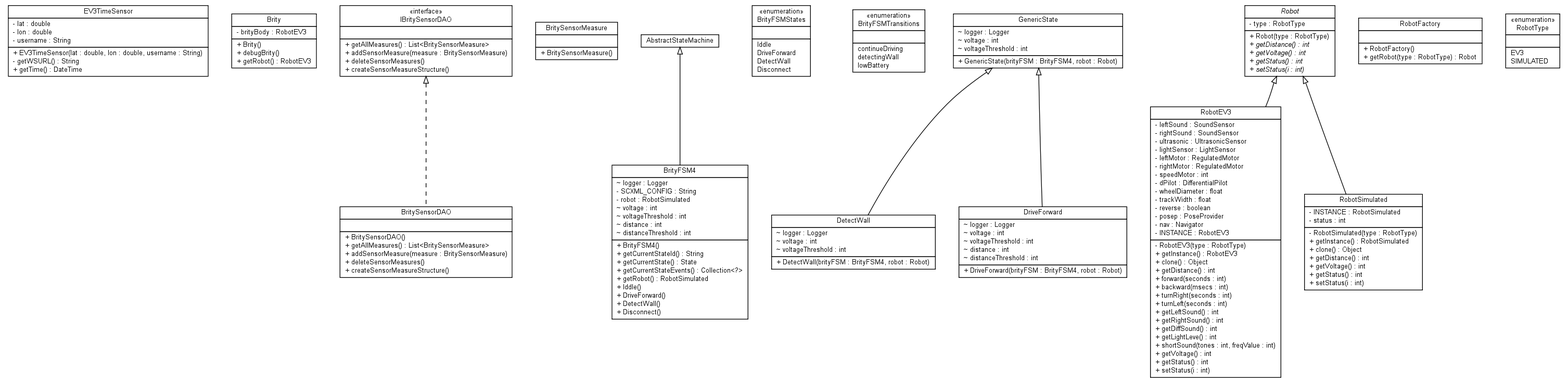
This is docs/uml/graph.png from jabrena/liverobots, a Graphviz export, as it was before one commit. Its source is kept beside it as docs/uml/graph.dot.
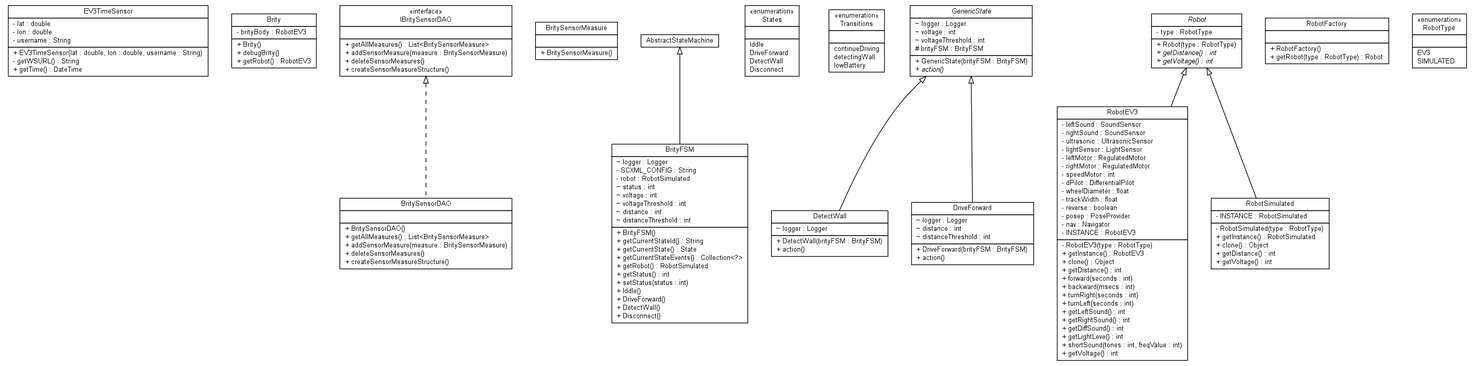
The same diagram one commit later.

What changed in the source:
```diff
@@ -73,35 +73,38 @@
 <tr><td align="left" balign="left"> + createSensorMeasureStructure() </td></tr>
 		</table></td></tr>
 		</table>>, URL="null", fontname="Helvetica", fontcolor="black", fontsize=10.0];
-	c5 [label=<<table title="jab.lejos.liverobots.brity.fsm.BrityFSM4" border="0" cellborder="1" cellspacing="0" cellpadding="2" port="p">
+	c5 [label=<<table title="jab.lejos.liverobots.brity.fsm.BrityFSM" border="0" cellborder="1" cellspacing="0" cellpadding="2" port="p">
 		<tr><td><table border="0" cellspacing="0" cellpadding="1">
-<tr><td align="center" balign="center"> BrityFSM4 </td></tr>
+<tr><td align="center" balign="center"> BrityFSM </td></tr>
 		</table></td></tr>
 		<tr><td><table border="0" cellspacing="0" cellpadding="1">
 <tr><td align="left" balign="left"> ~ logger : Logger </td></tr>
 <tr><td align="left" balign="left"> - SCXML_CONFIG : String </td></tr>
 <tr><td align="left" balign="left"> - robot : RobotSimulated </td></tr>
+<tr><td align="left" balign="left"> ~ status : int </td></tr>
 <tr><td align="left" balign="left"> ~ voltage : int </td></tr>
 <tr><td align="left" balign="left"> ~ voltageThreshold : int </td></tr>
 <tr><td align="left" balign="left"> ~ distance : int </td></tr>
 <tr><td align="left" balign="left"> ~ distanceThreshold : int </td></tr>
 		</table></td></tr>
 		<tr><td><table border="0" cellspacing="0" cellpadding="1">
-<tr><td align="left" balign="left"> + BrityFSM4() </td></tr>
+<tr><td align="left" balign="left"> + BrityFSM() </td></tr>
 <tr><td align="left" balign="left"> + getCurrentStateId() : String </td></tr>
 <tr><td align="left" balign="left"> + getCurrentState() : State </td></tr>
 <tr><td align="left" balign="left"> + getCurrentStateEvents() : Collection&lt;?&gt; </td></tr>
 <tr><td align="left" balign="left"> + getRobot() : RobotSimulated </td></tr>
+<tr><td align="left" balign="left"> + getStatus() : int </td></tr>
+<tr><td align="left" balign="left"> + setStatus(status : int) </td></tr>
 <tr><td align="left" balign="left"> + Iddle() </td></tr>
 <tr><td align="left" balign="left"> + DriveForward() </td></tr>
 <tr><td align="left" balign="left"> + DetectWall() </td></tr>
 <tr><td align="left" balign="left"> + Disconnect() </td></tr>
 		</table></td></tr>
 		</table>>, URL="null", fontname="Helvetica", fontcolor="black", fontsize=10.0];
-	c6 [label=<<table title="jab.lejos.liverobots.brity.fsm.BrityFSMStates" border="0" cellborder="1" cellspacing="0" cellpadding="2" port="p">
+	c6 [label=<<table title="jab.lejos.liverobots.brity.fsm.BrityFSM.States" border="0" cellborder="1" cellspacing="0" cellpadding="2" port="p">
 		<tr><td><table border="0" cellspacing="0" cellpadding="1">
 <tr><td align="center" balign="center"> &#171;enumeration&#187; </td></tr>
-<tr><td align="center" balign="center"> BrityFSMStates </td></tr>
+<tr><td align="center" balign="center"> States </td></tr>
 		</table></td></tr>
 		<tr><td><table border="0" cellspacing="0" cellpadding="1">
 <tr><td align="left" balign="left">  </td></tr>
@@ -113,10 +116,10 @@
 <tr><td align="left" balign="left"> Disconnect </td></tr>
 		</table></td></tr>
 		</table>>, URL="null", fontname="Helvetica", fontcolor="black", fontsize=10.0];
-	c7 [label=<<table title="jab.lejos.liverobots.brity.fsm.BrityFSMTransitions" border="0" cellborder="1" cellspacing="0" cellpadding="2" port="p">
+	c7 [label=<<table title="jab.lejos.liverobots.brity.fsm.BrityFSM.Transitions" border="0" cellborder="1" cellspacing="0" cellpadding="2" port="p">
 		<tr><td><table border="0" cellspacing="0" cellpadding="1">
 <tr><td align="center" balign="center"> &#171;enumeration&#187; </td></tr>
-<tr><td align="center" balign="center"> BrityFSMTransitions </td></tr>
+<tr><td align="center" balign="center"> Transitions </td></tr>
 		</table></td></tr>
 		<tr><td><table border="0" cellspacing="0" cellpadding="1">
 <tr><td align="left" balign="left">  </td></tr>
@@ -133,11 +136,10 @@
 		</table></td></tr>
 		<tr><td><table border="0" cellspacing="0" cellpadding="1">
 <tr><td align="left" balign="left"> ~ logger : Logger </td></tr>
-<tr><td align="left" balign="left"> ~ voltage : int </td></tr>
-<tr><td align="left" balign="left"> ~ voltageThreshold : int </td></tr>
 		</table></td></tr>
 		<tr><td><table border="0" cellspacing="0" cellpadding="1">
-<tr><td align="left" balign="left"> + DetectWall(brityFSM : BrityFSM4, robot : Robot) </td></tr>
+<tr><td align="left" balign="left"> + DetectWall(brityFSM : BrityFSM) </td></tr>
+<tr><td align="left" balign="left"> + action() </td></tr>
 		</table></td></tr>
 		</table>>, URL="null", fontname="Helvetica", fontcolor="black", fontsize=10.0];
 	c9 [label=<<table title="jab.lejos.liverobots.brity.fsm.states.DriveForward" border="0" cellborder="1" cellspacing="0" cellpadding="2" port="p">
@@ -146,26 +148,27 @@
 		</table></td></tr>
 		<tr><td><table border="0" cellspacing="0" cellpadding="1">
 <tr><td align="left" balign="left"> ~ logger : Logger </td></tr>
-<tr><td align="left" balign="left"> ~ voltage : int </td></tr>
-<tr><td align="left" balign="left"> ~ voltageThreshold : int </td></tr>
 <tr><td align="left" balign="left"> ~ distance : int </td></tr>
 <tr><td align="left" balign="left"> ~ distanceThreshold : int </td></tr>
 		</table></td></tr>
 		<tr><td><table border="0" cellspacing="0" cellpadding="1">
-<tr><td align="left" balign="left"> + DriveForward(brityFSM : BrityFSM4, robot : Robot) </td></tr>
+<tr><td align="left" balign="left"> + DriveForward(brityFSM : BrityFSM) </td></tr>
+<tr><td align="left" balign="left"> + action() </td></tr>
 		</table></td></tr>
 		</table>>, URL="null", fontname="Helvetica", fontcolor="black", fontsize=10.0];
 	c10 [label=<<table title="jab.lejos.liverobots.brity.fsm.states.GenericState" border="0" cellborder="1" cellspacing="0" cellpadding="2" port="p">
 		<tr><td><table border="0" cellspacing="0" cellpadding="1">
-<tr><td align="center" balign="center"> GenericState </td></tr>
+<tr><td align="center" balign="center"><font face="Helvetica-Oblique"> GenericState </font></td></tr>
 		</table></td></tr>
 		<tr><td><table border="0" cellspacing="0" cellpadding="1">
 <tr><td align="left" balign="left"> ~ logger : Logger </td></tr>
 <tr><td align="left" balign="left"> ~ voltage : int </td></tr>
 <tr><td align="left" balign="left"> ~ voltageThreshold : int </td></tr>
+<tr><td align="left" balign="left"> # brityFSM : BrityFSM </td></tr>
 		</table></td></tr>
 		<tr><td><table border="0" cellspacing="0" cellpadding="1">
-<tr><td align="left" balign="left"> + GenericState(brityFSM : BrityFSM4, robot : Robot) </td></tr>
+<tr><td align="left" balign="left"> + GenericState(brityFSM : BrityFSM) </td></tr>
+<tr><td align="left" balign="left"><font face="Helvetica-Oblique" point-size="10.0"> + action() </font></td></tr>
 		</table></td></tr>
 		</table>>, URL="null", fontname="Helvetica", fontcolor="black", fontsize=10.0];
 	c11 [label=<<table title="jab.lejos.liverobots.brity.model.Robot" border="0" cellborder="1" cellspacing="0" cellpadding="2" port="p">
@@ -179,8 +182,6 @@
 <tr><td align="left" balign="left"> + Robot(type : RobotType) </td></tr>
 <tr><td align="left" balign="left"><font face="Helvetica-Oblique" point-size="10.0"> + getDistance() : int </font></td></tr>
 <tr><td align="left" balign="left"><font face="Helvetica-Oblique" point-size="10.0"> + getVoltage() : int </font></td></tr>
-<tr><td align="left" balign="left"><font face="Helvetica-Oblique" point-size="10.0"> + getStatus() : int </font></td></tr>
-<tr><td align="left" balign="left"><font face="Helvetica-Oblique" point-size="10.0"> + setStatus(i : int) </font></td></tr>
 		</table></td></tr>
 		</table>>, URL="null", fontname="Helvetica", fontcolor="black", fontsize=10.0];
 	c12 [label=<<table title="jab.lejos.liverobots.brity.model.RobotEV3" border="0" cellborder="1" cellspacing="0" cellpadding="2" port="p">
@@ -218,8 +219,6 @@
 <tr><td align="left" balign="left"> + getLightLeve() : int </td></tr>
 <tr><td align="left" balign="left"> + shortSound(tones : int, freqValue : int) </td></tr>
 <tr><td align="left" balign="left"> + getVoltage() : int </td></tr>
-<tr><td align="left" balign="left"> + getStatus() : int </td></tr>
-<tr><td align="left" balign="left"> + setStatus(i : int) </td></tr>
 		</table></td></tr>
 		</table>>, URL="null", fontname="Helvetica", fontcolor="black", fontsize=10.0];
 	c13 [label=<<table title="jab.lejos.liverobots.brity.model.RobotFactory" border="0" cellborder="1" cellspacing="0" cellpadding="2" port="p">
@@ -240,7 +239,6 @@
 		</table></td></tr>
 		<tr><td><table border="0" cellspacing="0" cellpadding="1">
 <tr><td align="left" balign="left"> - INSTANCE : RobotSimulated </td></tr>
-<tr><td align="left" balign="left"> - status : int </td></tr>
 		</table></td></tr>
 		<tr><td><table border="0" cellspacing="0" cellpadding="1">
 <tr><td align="left" balign="left"> - RobotSimulated(type : RobotType) </td></tr>
@@ -248,8 +246,6 @@
 <tr><td align="left" balign="left"> + clone() : Object </td></tr>
 <tr><td align="left" balign="left"> + getDistance() : int </td></tr>
 <tr><td align="left" balign="left"> + getVoltage() : int </td></tr>
-<tr><td align="left" balign="left"> + getStatus() : int </td></tr>
-<tr><td align="left" balign="left"> + setStatus(i : int) </td></tr>
 		</table></td></tr>
 		</table>>, URL="null", fontname="Helvetica", fontcolor="black", fontsize=10.0];
 	c15 [label=<<table title="jab.lejos.liverobots.brity.model.RobotType" border="0" cellborder="1" cellspacing="0" cellpadding="2" port="p">
```
